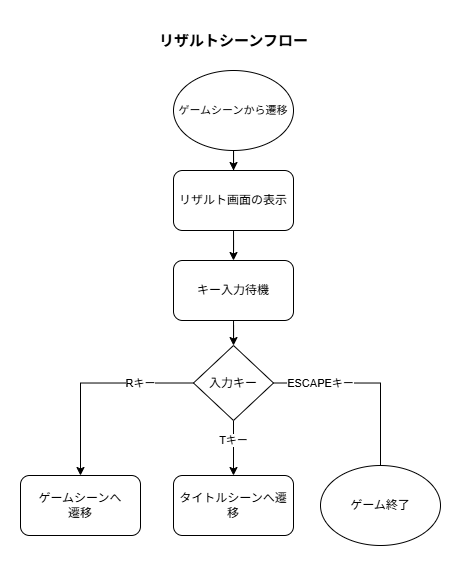
The draw.io diagram doc/Specification/diaframs/ResultScene_Flow.drawio.png in kome3829/RemakeShot, before a commit. Source tidied: cells renumbered, new cells last; positions are measured from the earlier drawing's top-left corner, leaving out a move shared by most shapes.
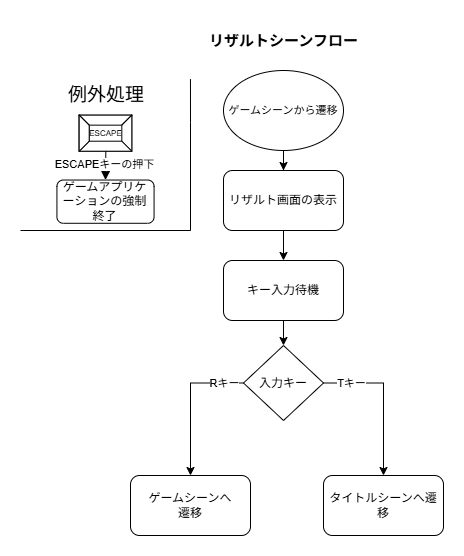
Above is the later version.

The edit, as a diff of the source:
```diff
@@ -3,7 +3,7 @@
     <mxCell id="0" />
     <mxCell id="1" parent="0" />
     <mxCell id="2" value="ゲームシーンへ&lt;div&gt;遷移&lt;/div&gt;" style="rounded=1;whiteSpace=wrap;html=1;" parent="1" vertex="1">
-      <mxGeometry y="455" width="120" height="60" as="geometry" />
+      <mxGeometry x="60" y="455" width="120" height="60" as="geometry" />
     </mxCell>
     <mxCell id="3" style="edgeStyle=orthogonalEdgeStyle;rounded=0;jettySize=auto;html=1;exitX=0.5;exitY=1;exitDx=0;exitDy=0;" parent="1" edge="1" source="4" target="13">
       <mxGeometry relative="1" as="geometry" />
@@ -12,32 +12,22 @@
       <mxGeometry x="153" y="50" width="120" height="80" as="geometry" />
     </mxCell>
     <mxCell id="5" value="タイトルシーンへ遷移" style="rounded=1;whiteSpace=wrap;html=1;" parent="1" vertex="1">
-      <mxGeometry x="153" y="455" width="120" height="60" as="geometry" />
+      <mxGeometry x="253" y="455" width="120" height="60" as="geometry" />
     </mxCell>
-    <mxCell id="6" style="edgeStyle=orthogonalEdgeStyle;rounded=0;jettySize=auto;html=1;exitX=0.5;exitY=1;exitDx=0;exitDy=0;" parent="1" edge="1" source="16" target="5">
+    <mxCell id="6" style="edgeStyle=orthogonalEdgeStyle;rounded=0;jettySize=auto;html=1;exitX=1;exitY=0.5;exitDx=0;exitDy=0;" parent="1" edge="1" source="16" target="5">
       <mxGeometry relative="1" as="geometry" />
     </mxCell>
     <mxCell id="7" value="Tキー" style="edgeLabel;html=1;align=center;verticalAlign=middle;" parent="6" vertex="1">
       <mxGeometry relative="1" as="geometry">
-        <mxPoint y="-8" as="offset" />
+        <mxPoint x="-33" y="-16" as="offset" />
       </mxGeometry>
     </mxCell>
-    <mxCell id="8" style="edgeStyle=orthogonalEdgeStyle;rounded=0;jettySize=auto;html=1;exitX=1;exitY=0.5;exitDx=0;exitDy=0;entryX=0.5;entryY=0;entryDx=0;entryDy=0;" parent="1" edge="1" source="16">
-      <mxGeometry relative="1" as="geometry">
-        <mxPoint x="360" y="455" as="targetPoint" />
-      </mxGeometry>
-    </mxCell>
-    <mxCell id="9" value="ESCAPEキー" style="edgeLabel;html=1;align=center;verticalAlign=middle;" parent="8" vertex="1">
-      <mxGeometry x="0.61" y="-1" relative="1" as="geometry">
-        <mxPoint x="-59" y="-54" as="offset" />
-      </mxGeometry>
-    </mxCell>
     <mxCell id="10" style="edgeStyle=orthogonalEdgeStyle;rounded=0;jettySize=auto;html=1;exitX=0;exitY=0.5;exitDx=0;exitDy=0;entryX=0.5;entryY=0;entryDx=0;entryDy=0;" parent="1" edge="1" source="16" target="2">
       <mxGeometry relative="1" as="geometry" />
     </mxCell>
     <mxCell id="11" value="Rキー" style="edgeLabel;html=1;align=center;verticalAlign=middle;" parent="10" vertex="1">
       <mxGeometry x="0.58" y="1" relative="1" as="geometry">
-        <mxPoint x="59" y="-49" as="offset" />
+        <mxPoint x="32" y="-62" as="offset" />
       </mxGeometry>
     </mxCell>
     <mxCell id="12" style="edgeStyle=orthogonalEdgeStyle;rounded=0;jettySize=auto;html=1;entryX=0.5;entryY=0;entryDx=0;entryDy=0;" parent="1" edge="1" source="13" target="18">
@@ -49,9 +39,6 @@
     <mxCell id="14" value="リザルトシーンフロー" style="text;strokeColor=none;fillColor=#FFFFFF;html=1;fontSize=15;fontStyle=1;verticalAlign=middle;align=center;autosizeText=1;gradientColor=none;" parent="1" vertex="1">
       <mxGeometry x="133" width="160" height="40" as="geometry" />
     </mxCell>
-    <mxCell id="15" value="ゲーム終了" style="ellipse;whiteSpace=wrap;html=1;" parent="1" vertex="1">
-      <mxGeometry x="300" y="445" width="120" height="80" as="geometry" />
-    </mxCell>
     <mxCell id="16" value="入力キー" style="rhombus;whiteSpace=wrap;html=1;" parent="1" vertex="1">
       <mxGeometry x="173" y="325" width="80" height="75" as="geometry" />
     </mxCell>
@@ -61,5 +48,31 @@
     <mxCell id="18" value="キー入力待機" style="rounded=1;whiteSpace=wrap;html=1;" parent="1" vertex="1">
       <mxGeometry x="153" y="240" width="120" height="60" as="geometry" />
     </mxCell>
+    <mxCell id="19" style="group;" parent="1" vertex="1">
+      <mxGeometry x="-50" y="55" width="170" height="155" as="geometry" />
+    </mxCell>
+    <mxCell id="20" style="edgeStyle=orthogonalEdgeStyle;rounded=0;jettySize=auto;html=1;exitX=1;exitY=0;exitDx=0;exitDy=0;endArrow=none;endFill=0;" parent="19" edge="1" source="21">
+      <mxGeometry relative="1" as="geometry">
+        <mxPoint x="170" y="3.6" as="targetPoint" />
+      </mxGeometry>
+    </mxCell>
+    <mxCell id="21" style="shape=partialRectangle;whiteSpace=wrap;html=1;top=0;left=0;fillColor=none;" parent="19" vertex="1">
+      <mxGeometry y="46.9" width="170" height="108.1" as="geometry" />
+    </mxCell>
+    <mxCell id="22" value="例外処理" style="text;html=1;whiteSpace=wrap;strokeColor=none;fillColor=none;align=center;verticalAlign=middle;rounded=0;fontSize=19;" parent="19" vertex="1">
+      <mxGeometry x="36.4" width="100" height="40" as="geometry" />
+    </mxCell>
+    <mxCell id="23" value="ゲームアプリケーションの強制終了" style="rounded=1;whiteSpace=wrap;html=1;" parent="19" vertex="1">
+      <mxGeometry x="36.4" y="104.5" width="97.1" height="43.3" as="geometry" />
+    </mxCell>
+    <mxCell id="24" value="ESCAPE" style="labelPosition=center;verticalLabelPosition=middle;align=center;html=1;shape=mxgraph.basic.button;dx=10;whiteSpace=wrap;fontSize=8;" parent="19" vertex="1">
+      <mxGeometry x="58.7" y="39.7" width="52.6" height="36" as="geometry" />
+    </mxCell>
+    <mxCell id="25" style="edgeStyle=segmentEdgeStyle;endArrow=classic;html=1;curved=0;rounded=0;endSize=8;startSize=8;entryX=0.5;entryY=0;entryDx=0;entryDy=0;exitX=0.506;exitY=0.994;exitDx=0;exitDy=0;exitPerimeter=0;" parent="19" edge="1" source="24" target="23">
+      <mxGeometry relative="1" as="geometry" />
+    </mxCell>
+    <mxCell id="26" value="ESCAPEキーの押下" style="edgeLabel;html=1;align=center;verticalAlign=middle;" parent="25" vertex="1">
+      <mxGeometry x="-0.13" y="-2" relative="1" as="geometry" />
+    </mxCell>
   </root>
 </mxGraphModel>
```
